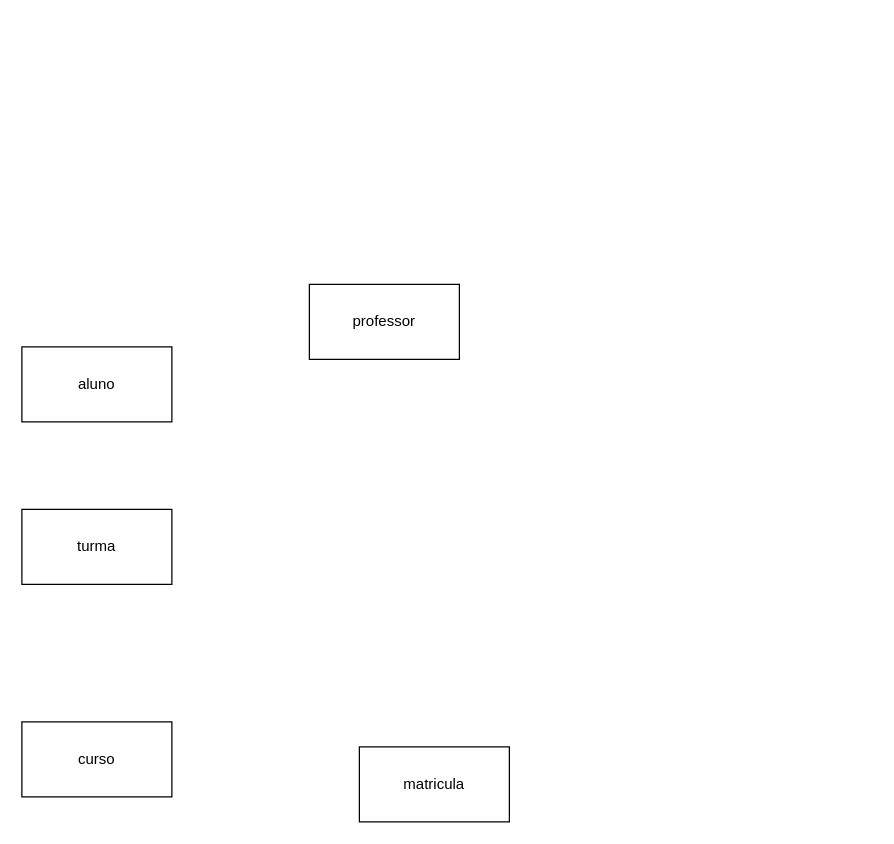
This is UML/MatriculaUML.drawio from Pet-Garcia/AMS, a draw.io file, before an edit. Source tidied: cells renumbered, new cells numbered last; positions are measured from the earlier drawing's top-left corner, leaving out a move shared by most shapes. Both pictures are drawn from the tidied source at 125%, with x=0, y=0 at pixel (21, 284).
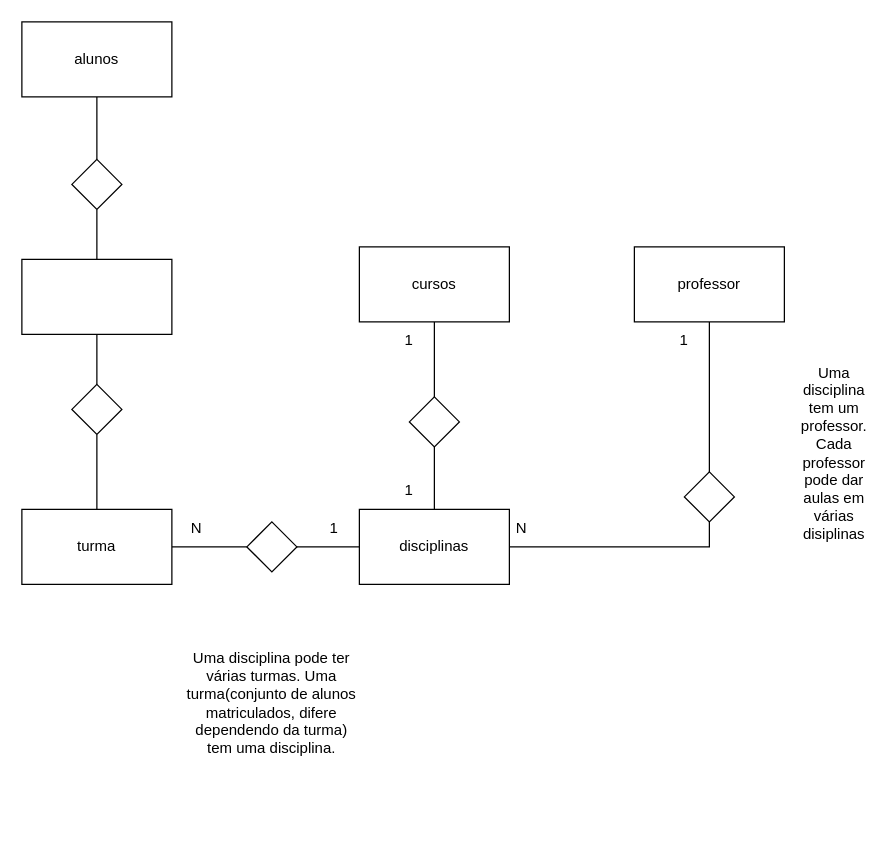
The same diagram, later.

Diff of the diagram source:
```diff
@@
+    <mxCell id="7" style="edgeStyle=orthogonalEdgeStyle;rounded=0;jettySize=auto;html=1;endArrow=none;endFill=0;entryX=0.5;entryY=0;entryDx=0;entryDy=0;labelBackgroundColor=none;fontColor=default;exitX=0.5;exitY=1;exitDx=0;exitDy=0;" parent="1" edge="1" source="29" target="14">
+      <mxGeometry relative="1" as="geometry" />
+    </mxCell>
+    <mxCell id="8" style="edgeStyle=orthogonalEdgeStyle;rounded=0;jettySize=auto;html=1;endArrow=none;endFill=0;" parent="1" edge="1" source="2" target="31">
+      <mxGeometry relative="1" as="geometry" />
+    </mxCell>
-    <mxCell id="2" value="aluno" style="rounded=0;whiteSpace=wrap;html=1;" parent="1" vertex="1">
-      <mxGeometry y="50" width="120" height="60" as="geometry" />
+    <mxCell id="2" value="alunos" style="rounded=0;whiteSpace=wrap;html=1;labelBackgroundColor=none;" parent="1" vertex="1">
+      <mxGeometry y="-210" width="120" height="60" as="geometry" />
     </mxCell>
-    <mxCell id="3" value="curso" style="rounded=0;whiteSpace=wrap;html=1;" parent="1" vertex="1">
-      <mxGeometry y="350" width="120" height="60" as="geometry" />
+    <mxCell id="3" value="cursos" style="rounded=0;whiteSpace=wrap;html=1;labelBackgroundColor=none;" parent="1" vertex="1">
+      <mxGeometry x="270" y="-30" width="120" height="60" as="geometry" />
     </mxCell>
-    <mxCell id="4" value="matricula" style="rounded=0;whiteSpace=wrap;html=1;" parent="1" vertex="1">
-      <mxGeometry x="270" y="370" width="120" height="60" as="geometry" />
-    </mxCell>
+    <mxCell id="9" style="edgeStyle=orthogonalEdgeStyle;rounded=0;jettySize=auto;html=1;entryX=1;entryY=0.5;entryDx=0;entryDy=0;endArrow=none;endFill=0;labelBackgroundColor=none;fontColor=default;exitX=0.5;exitY=1;exitDx=0;exitDy=0;" parent="1" edge="1" source="25" target="12">
+      <mxGeometry relative="1" as="geometry" />
+    </mxCell>
-    <mxCell id="5" value="professor" style="rounded=0;whiteSpace=wrap;html=1;" parent="1" vertex="1">
-      <mxGeometry x="230" width="120" height="60" as="geometry" />
+    <mxCell id="5" value="professor" style="rounded=0;whiteSpace=wrap;html=1;labelBackgroundColor=none;" parent="1" vertex="1">
+      <mxGeometry x="490" y="-30" width="120" height="60" as="geometry" />
     </mxCell>
+    <mxCell id="10" style="edgeStyle=orthogonalEdgeStyle;rounded=0;jettySize=auto;html=1;endArrow=none;endFill=0;labelBackgroundColor=none;fontColor=default;" parent="1" edge="1" source="6" target="16">
+      <mxGeometry relative="1" as="geometry" />
+    </mxCell>
-    <mxCell id="6" value="turma" style="rounded=0;whiteSpace=wrap;html=1;" parent="1" vertex="1">
+    <mxCell id="6" value="turma" style="rounded=0;whiteSpace=wrap;html=1;labelBackgroundColor=none;" parent="1" vertex="1">
       <mxGeometry y="180" width="120" height="60" as="geometry" />
     </mxCell>
+    <mxCell id="11" style="edgeStyle=orthogonalEdgeStyle;rounded=0;jettySize=auto;html=1;entryX=0.5;entryY=1;entryDx=0;entryDy=0;endArrow=none;endFill=0;labelBackgroundColor=none;fontColor=default;" parent="1" edge="1" source="12" target="23">
+      <mxGeometry relative="1" as="geometry" />
+    </mxCell>
+    <mxCell id="12" value="disciplinas" style="rounded=0;whiteSpace=wrap;html=1;labelBackgroundColor=none;" parent="1" vertex="1">
+      <mxGeometry x="270" y="180" width="120" height="60" as="geometry" />
+    </mxCell>
+    <mxCell id="13" style="edgeStyle=orthogonalEdgeStyle;rounded=0;jettySize=auto;html=1;entryX=0.5;entryY=0;entryDx=0;entryDy=0;endArrow=none;endFill=0;labelBackgroundColor=none;fontColor=default;" parent="1" edge="1" source="14" target="6">
+      <mxGeometry relative="1" as="geometry" />
+    </mxCell>
+    <mxCell id="14" style="rhombus;whiteSpace=wrap;html=1;labelBackgroundColor=none;" parent="1" vertex="1">
+      <mxGeometry x="40" y="80" width="40" height="40" as="geometry" />
+    </mxCell>
+    <mxCell id="15" style="edgeStyle=orthogonalEdgeStyle;rounded=0;jettySize=auto;html=1;endArrow=none;endFill=0;labelBackgroundColor=none;fontColor=default;" parent="1" edge="1" source="16" target="12">
+      <mxGeometry relative="1" as="geometry" />
+    </mxCell>
+    <mxCell id="16" style="rhombus;whiteSpace=wrap;html=1;labelBackgroundColor=none;" parent="1" vertex="1">
+      <mxGeometry x="180" y="190" width="40" height="40" as="geometry" />
+    </mxCell>
+    <mxCell id="17" value="N" style="text;html=1;whiteSpace=wrap;strokeColor=none;fillColor=none;align=center;verticalAlign=middle;rounded=0;" parent="1" vertex="1">
+      <mxGeometry x="110" y="180" width="60" height="30" as="geometry" />
+    </mxCell>
+    <mxCell id="18" value="1" style="text;html=1;whiteSpace=wrap;strokeColor=none;fillColor=none;align=center;verticalAlign=middle;rounded=0;" parent="1" vertex="1">
+      <mxGeometry x="220" y="180" width="60" height="30" as="geometry" />
+    </mxCell>
+    <mxCell id="19" value="Uma disciplina tem um professor. Cada professor pode dar aulas em várias disiplinas" style="text;html=1;whiteSpace=wrap;strokeColor=none;fillColor=none;align=center;verticalAlign=middle;rounded=0;" parent="1" vertex="1">
+      <mxGeometry x="620" y="120" width="60" height="30" as="geometry" />
+    </mxCell>
+    <mxCell id="20" value="N" style="text;html=1;whiteSpace=wrap;strokeColor=none;fillColor=none;align=center;verticalAlign=middle;rounded=0;" parent="1" vertex="1">
+      <mxGeometry x="370" y="180" width="60" height="30" as="geometry" />
+    </mxCell>
+    <mxCell id="21" value="1" style="text;html=1;whiteSpace=wrap;strokeColor=none;fillColor=none;align=center;verticalAlign=middle;rounded=0;" parent="1" vertex="1">
+      <mxGeometry x="500" y="30" width="60" height="30" as="geometry" />
+    </mxCell>
+    <mxCell id="22" style="edgeStyle=orthogonalEdgeStyle;rounded=0;jettySize=auto;html=1;entryX=0.5;entryY=1;entryDx=0;entryDy=0;endArrow=none;endFill=0;" parent="1" edge="1" source="23" target="3">
+      <mxGeometry relative="1" as="geometry" />
+    </mxCell>
+    <mxCell id="23" style="rhombus;whiteSpace=wrap;html=1;labelBackgroundColor=none;" parent="1" vertex="1">
+      <mxGeometry x="310" y="90" width="40" height="40" as="geometry" />
+    </mxCell>
+    <mxCell id="24" style="edgeStyle=orthogonalEdgeStyle;rounded=0;jettySize=auto;html=1;endArrow=none;endFill=0;" parent="1" edge="1" source="25" target="5">
+      <mxGeometry relative="1" as="geometry" />
+    </mxCell>
+    <mxCell id="25" style="rhombus;whiteSpace=wrap;html=1;labelBackgroundColor=none;" parent="1" vertex="1">
+      <mxGeometry x="530" y="150" width="40" height="40" as="geometry" />
+    </mxCell>
+    <mxCell id="26" value="Uma disciplina pode ter várias turmas. Uma turma(conjunto de alunos matriculados, difere dependendo da turma) tem uma disciplina." style="text;html=1;whiteSpace=wrap;strokeColor=none;fillColor=none;align=center;verticalAlign=middle;rounded=0;" parent="1" vertex="1">
+      <mxGeometry x="130" y="320" width="140" height="30" as="geometry" />
+    </mxCell>
+    <mxCell id="27" value="1" style="text;html=1;whiteSpace=wrap;strokeColor=none;fillColor=none;align=center;verticalAlign=middle;rounded=0;" parent="1" vertex="1">
+      <mxGeometry x="280" y="150" width="60" height="30" as="geometry" />
+    </mxCell>
+    <mxCell id="28" value="1" style="text;html=1;whiteSpace=wrap;strokeColor=none;fillColor=none;align=center;verticalAlign=middle;rounded=0;" parent="1" vertex="1">
+      <mxGeometry x="280" y="30" width="60" height="30" as="geometry" />
+    </mxCell>
+    <mxCell id="29" style="rounded=0;whiteSpace=wrap;html=1;" parent="1" vertex="1">
+      <mxGeometry y="-20" width="120" height="60" as="geometry" />
+    </mxCell>
+    <mxCell id="30" style="edgeStyle=orthogonalEdgeStyle;rounded=0;jettySize=auto;html=1;endArrow=none;endFill=0;" parent="1" edge="1" source="31" target="29">
+      <mxGeometry relative="1" as="geometry" />
+    </mxCell>
+    <mxCell id="31" style="rhombus;whiteSpace=wrap;html=1;labelBackgroundColor=none;" parent="1" vertex="1">
+      <mxGeometry x="40" y="-100" width="40" height="40" as="geometry" />
+    </mxCell>
```
